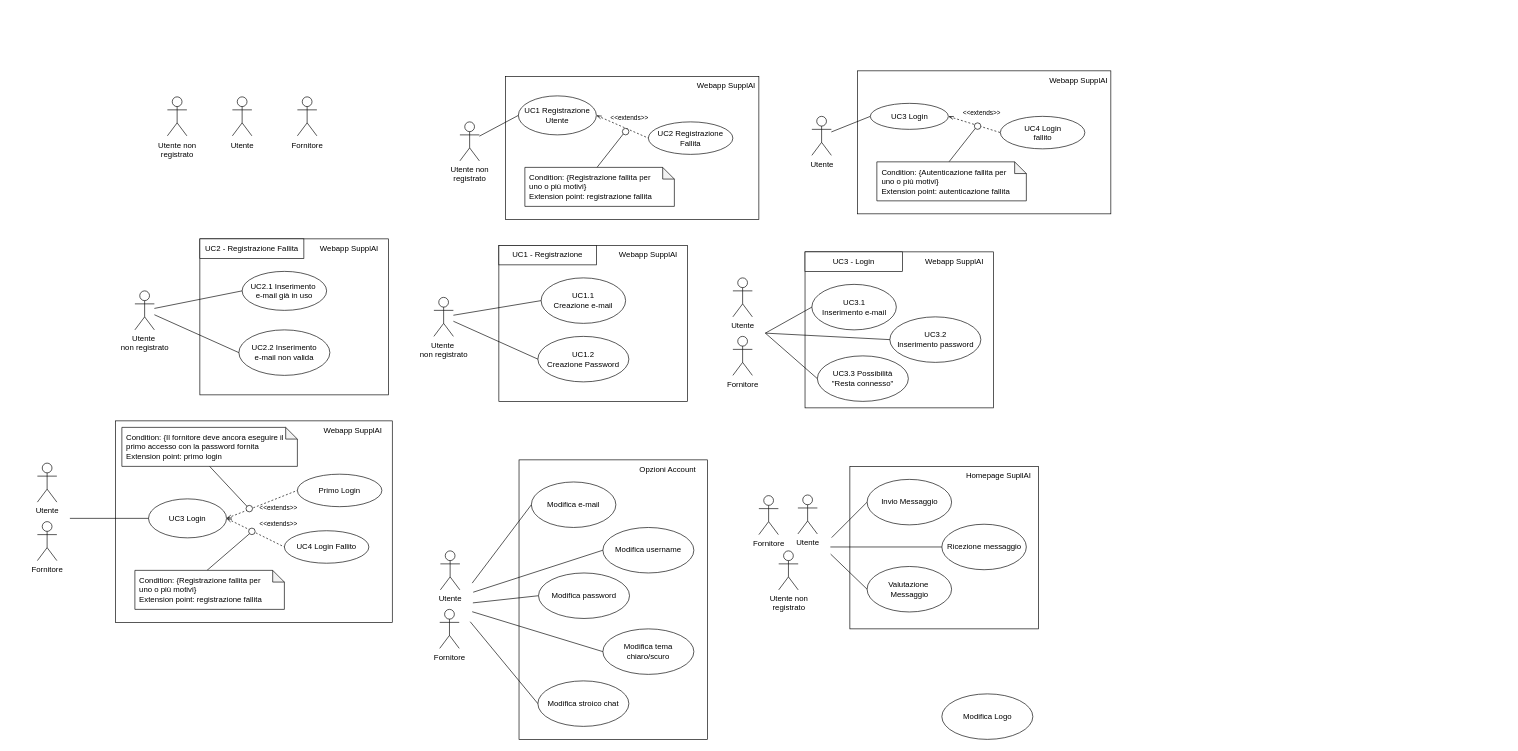
The draw.io diagram 2 - RTB/imgs/UML.drawio in CodeHex16/documentazione, before the edit. Source tidied: cells renumbered, new cells numbered last; positions are measured from the earlier drawing's top-left corner, leaving out a move shared by most shapes. Both pictures are drawn from the tidied source at 65%, with x=0, y=0 at pixel (11, 71).
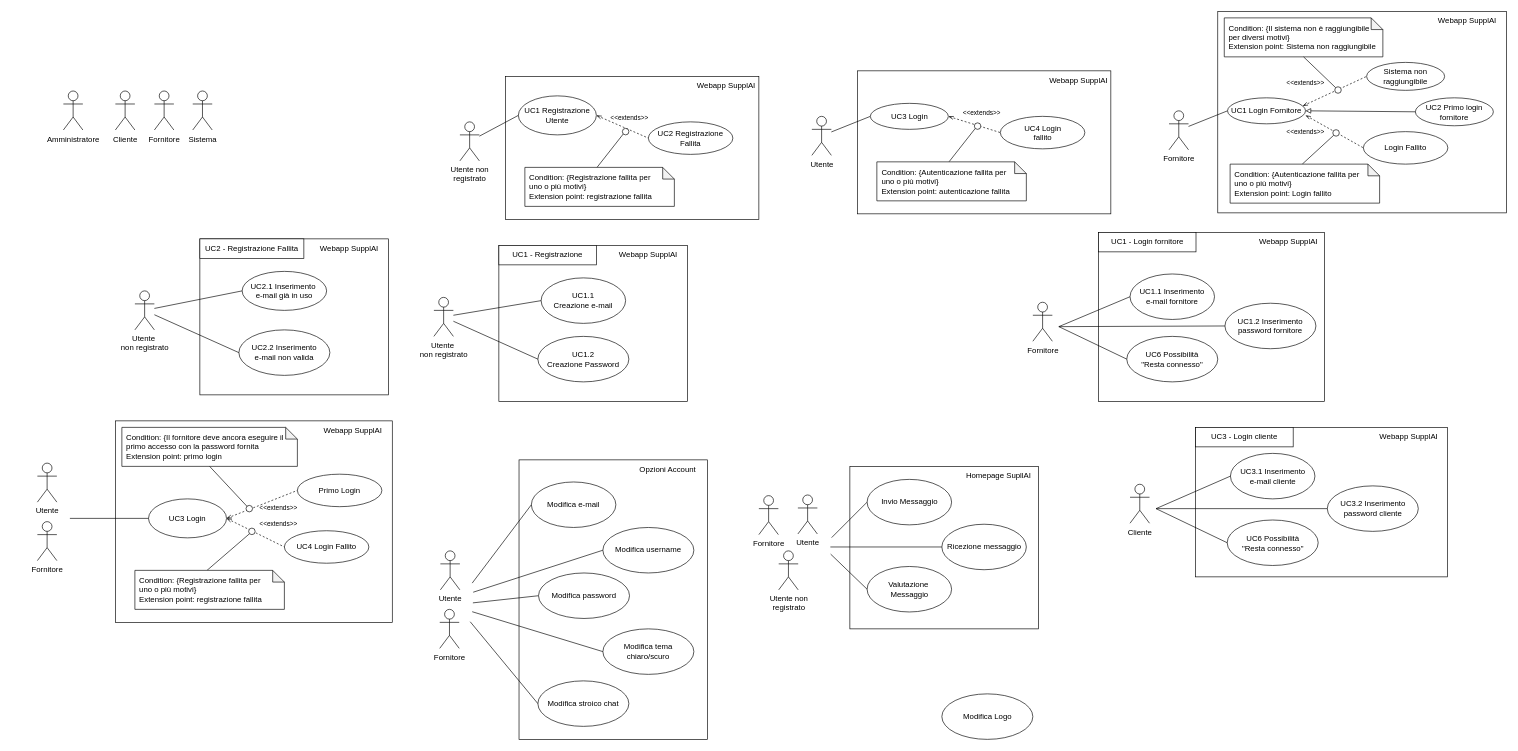
The same page after the edit.

Commit message (it also covers changes not shown here):
Aggiunti use case per l'inserimento di password ed email per fornitore e cliente. Aggiornato file drawio e aggiunti alcuni grafici.

Change to the diagram source:
```diff
@@
+    <mxCell id="113" style="rounded=0;whiteSpace=wrap;html=1;fillColor=none;align=right;" parent="1" vertex="1">
+      <mxGeometry x="1856" y="-92" width="444" height="310" as="geometry" />
+    </mxCell>
@@
-    <mxCell id="4" style="rounded=0;whiteSpace=wrap;html=1;fillColor=none;align=right;strokeColor=none;" parent="1" vertex="1">
-      <mxGeometry x="1090" y="298" width="70" height="210" as="geometry" />
-    </mxCell>
@@
-    <mxCell id="26" style="rounded=0;whiteSpace=wrap;html=1;fillColor=none;align=right;" parent="1" vertex="1">
-      <mxGeometry x="1221" y="278" width="290" height="240" as="geometry" />
-    </mxCell>
-    <mxCell id="27" value="Utente" style="shape=umlActor;verticalLabelPosition=bottom;verticalAlign=top;html=1;" parent="1" vertex="1">
-      <mxGeometry x="1110" y="318" width="30" height="60" as="geometry" />
-    </mxCell>
-    <mxCell id="28" value="&lt;div&gt;UC3.1&lt;/div&gt;&lt;div&gt;Inserimento e-mail&lt;br&gt;&lt;/div&gt;" style="ellipse;whiteSpace=wrap;html=1;" parent="1" vertex="1">
-      <mxGeometry x="1231.5" y="328" width="130" height="70" as="geometry" />
-    </mxCell>
-    <mxCell id="29" style="endArrow=none;html=1;rounded=0;entryX=0;entryY=0.5;entryDx=0;entryDy=0;exitX=1;exitY=0.5;exitDx=0;exitDy=0;" parent="1" edge="1" source="4" target="28">
-      <mxGeometry relative="1" as="geometry" />
-    </mxCell>
-    <mxCell id="30" value="UC3.2&lt;br&gt;Inserimento password" style="ellipse;whiteSpace=wrap;html=1;" parent="1" vertex="1">
-      <mxGeometry x="1351.5" y="378" width="140" height="70" as="geometry" />
-    </mxCell>
-    <mxCell id="31" value="Webapp SupplAI" style="text;html=1;align=center;verticalAlign=middle;whiteSpace=wrap;rounded=0;" parent="1" vertex="1">
-      <mxGeometry x="1391" y="278" width="120" height="30" as="geometry" />
-    </mxCell>
-    <mxCell id="32" style="rounded=0;whiteSpace=wrap;html=1;fillColor=none;strokeColor=none;" parent="1" vertex="1">
-      <mxGeometry x="1120" y="337" width="10" height="45" as="geometry" />
-    </mxCell>
-    <mxCell id="33" value="UC3 - Login" style="rounded=0;whiteSpace=wrap;html=1;" parent="1" vertex="1">
-      <mxGeometry x="1221" y="278" width="150" height="30" as="geometry" />
-    </mxCell>
-    <mxCell id="34" style="endArrow=none;html=1;rounded=0;entryX=0;entryY=0.5;entryDx=0;entryDy=0;exitX=1;exitY=0.5;exitDx=0;exitDy=0;" parent="1" edge="1" source="4" target="30">
-      <mxGeometry relative="1" as="geometry" />
-    </mxCell>
@@
-    <mxCell id="47" value="Utente" style="shape=umlActor;verticalLabelPosition=bottom;verticalAlign=top;html=1;" parent="1" vertex="1">
-      <mxGeometry x="340" y="39.5" width="30" height="60" as="geometry" />
+    <mxCell id="47" value="&lt;div&gt;Cliente&lt;/div&gt;&lt;div&gt;&lt;br&gt;&lt;/div&gt;" style="shape=umlActor;verticalLabelPosition=bottom;verticalAlign=top;html=1;" parent="1" vertex="1">
+      <mxGeometry x="160" y="30.5" width="30" height="60" as="geometry" />
     </mxCell>
     <mxCell id="48" value="Fornitore" style="shape=umlActor;verticalLabelPosition=bottom;verticalAlign=top;html=1;" parent="1" vertex="1">
-      <mxGeometry x="440" y="39.5" width="30" height="60" as="geometry" />
+      <mxGeometry x="220" y="30.5" width="30" height="60" as="geometry" />
     </mxCell>
@@
-    <mxCell id="66" value="Fornitore" style="shape=umlActor;verticalLabelPosition=bottom;verticalAlign=top;html=1;" parent="1" vertex="1">
-      <mxGeometry x="1110" y="408" width="30" height="60" as="geometry" />
-    </mxCell>
@@
-    <mxCell id="73" value="&lt;div&gt;Utente non&lt;/div&gt;&lt;div&gt;registrato&lt;/div&gt;" style="shape=umlActor;verticalLabelPosition=bottom;verticalAlign=top;html=1;" parent="1" vertex="1">
-      <mxGeometry x="240" y="39.5" width="30" height="60" as="geometry" />
+    <mxCell id="73" value="Amministratore" style="shape=umlActor;verticalLabelPosition=bottom;verticalAlign=top;html=1;" parent="1" vertex="1">
+      <mxGeometry x="80" y="30.5" width="30" height="60" as="geometry" />
     </mxCell>
     <mxCell id="74" style="rounded=0;whiteSpace=wrap;html=1;fillColor=none;strokeColor=none;" parent="1" vertex="1">
-      <mxGeometry x="510" y="54.5" width="10" height="45" as="geometry" />
+      <mxGeometry x="351" y="38" width="10" height="45" as="geometry" />
     </mxCell>
     <mxCell id="75" style="rounded=0;whiteSpace=wrap;html=1;fillColor=none;strokeColor=none;" parent="1" vertex="1">
-      <mxGeometry x="190" y="54.5" width="10" height="45" as="geometry" />
+      <mxGeometry x="20" y="42" width="10" height="45" as="geometry" />
     </mxCell>
@@
-    <mxCell id="106" value="&lt;div&gt;UC3.3 Possibilità&lt;/div&gt;&lt;div&gt;&quot;Resta connesso&quot;&lt;br&gt;&lt;/div&gt;" style="ellipse;whiteSpace=wrap;html=1;" parent="1" vertex="1">
-      <mxGeometry x="1240" y="438" width="140" height="70" as="geometry" />
-    </mxCell>
-    <mxCell id="107" style="endArrow=none;html=1;rounded=0;entryX=0;entryY=0.5;entryDx=0;entryDy=0;exitX=1;exitY=0.5;exitDx=0;exitDy=0;" parent="1" edge="1" source="4" target="106">
-      <mxGeometry relative="1" as="geometry" />
-    </mxCell>
@@
+    <mxCell id="114" value="Sistema" style="shape=umlActor;verticalLabelPosition=bottom;verticalAlign=top;html=1;" parent="1" vertex="1">
+      <mxGeometry x="279" y="30.5" width="30" height="60" as="geometry" />
+    </mxCell>
+    <mxCell id="115" style="rounded=0;jettySize=auto;html=1;exitX=1;exitY=0.673;exitDx=0;exitDy=0;entryX=0;entryY=0.5;entryDx=0;entryDy=0;endArrow=none;endFill=0;dashed=1;startArrow=openThin;startFill=0;exitPerimeter=0;" parent="1" edge="1" source="119" target="120">
+      <mxGeometry relative="1" as="geometry" />
+    </mxCell>
+    <mxCell id="116" style="endArrow=none;html=1;rounded=0;entryX=0;entryY=0.5;entryDx=0;entryDy=0;" parent="1" edge="1" source="118" target="119">
+      <mxGeometry relative="1" as="geometry" />
+    </mxCell>
+    <mxCell id="117" style="endArrow=none;html=1;rounded=0;exitX=0;exitY=0;exitDx=111;exitDy=0;exitPerimeter=0;entryX=0;entryY=1;entryDx=0;entryDy=0;" parent="1" edge="1" source="122" target="124">
+      <mxGeometry relative="1" as="geometry" />
+    </mxCell>
+    <mxCell id="118" value="Fornitore" style="shape=umlActor;verticalLabelPosition=bottom;verticalAlign=top;html=1;outlineConnect=0;" parent="1" vertex="1">
+      <mxGeometry x="1781" y="61" width="30" height="60" as="geometry" />
+    </mxCell>
+    <mxCell id="119" value="UC1 Login Fornitore" style="ellipse;whiteSpace=wrap;html=1;" parent="1" vertex="1">
+      <mxGeometry x="1871" y="41" width="120" height="40" as="geometry" />
+    </mxCell>
+    <mxCell id="120" value="Login Fallito" style="ellipse;whiteSpace=wrap;html=1;" parent="1" vertex="1">
+      <mxGeometry x="2080" y="93" width="130" height="50" as="geometry" />
+    </mxCell>
+    <mxCell id="121" value="&lt;font style=&quot;font-size: 10px;&quot;&gt;&amp;lt;&amp;lt;extends&amp;gt;&amp;gt;&lt;/font&gt;" style="text;html=1;whiteSpace=wrap;overflow=hidden;rounded=0;" parent="1" vertex="1">
+      <mxGeometry x="1960" y="78.5" width="80" height="30" as="geometry" />
+    </mxCell>
+    <mxCell id="122" value="&lt;div align=&quot;left&quot; style=&quot;padding-left: 5px;&quot;&gt;Condition: {Autenticazione fallita per&amp;nbsp;&lt;/div&gt;&lt;div align=&quot;left&quot; style=&quot;padding-left: 5px;&quot;&gt;uno o più motivi}&lt;/div&gt;&lt;div align=&quot;left&quot; style=&quot;padding-left: 5px;&quot;&gt;Extension point: Login fallito&lt;br&gt;&lt;/div&gt;" style="shape=note;whiteSpace=wrap;html=1;backgroundOutline=1;darkOpacity=0.05;size=18;align=left;" parent="1" vertex="1">
+      <mxGeometry x="1875" y="143" width="230" height="60" as="geometry" />
+    </mxCell>
+    <mxCell id="123" value="Webapp SupplAI" style="text;html=1;align=center;verticalAlign=middle;whiteSpace=wrap;rounded=0;" parent="1" vertex="1">
+      <mxGeometry x="2180" y="-92" width="120" height="30" as="geometry" />
+    </mxCell>
+    <mxCell id="124" style="ellipse;whiteSpace=wrap;html=1;" parent="1" vertex="1">
+      <mxGeometry x="2033" y="90" width="10" height="10" as="geometry" />
+    </mxCell>
+    <mxCell id="125" style="rounded=0;whiteSpace=wrap;html=1;fillColor=none;strokeColor=none;" parent="1" vertex="1">
+      <mxGeometry x="1750" y="70" width="10" height="45" as="geometry" />
+    </mxCell>
+    <mxCell id="126" value="UC2 Primo login fornitore" style="ellipse;whiteSpace=wrap;html=1;" parent="1" vertex="1">
+      <mxGeometry x="2160" y="41" width="120" height="43" as="geometry" />
+    </mxCell>
+    <mxCell id="127" style="rounded=0;jettySize=auto;html=1;exitX=1;exitY=0.5;exitDx=0;exitDy=0;entryX=0;entryY=0.5;entryDx=0;entryDy=0;endArrow=none;endFill=0;startArrow=block;startFill=0;" parent="1" edge="1" source="119" target="126">
+      <mxGeometry relative="1" as="geometry" />
+    </mxCell>
+    <mxCell id="128" style="rounded=0;whiteSpace=wrap;html=1;fillColor=none;align=right;" parent="1" vertex="1">
+      <mxGeometry x="1672.5" y="248" width="347.5" height="260" as="geometry" />
+    </mxCell>
+    <mxCell id="129" value="&lt;div&gt;UC1.1 Inserimento&lt;/div&gt;&lt;div&gt;e-mail fornitore&lt;br&gt;&lt;/div&gt;" style="ellipse;whiteSpace=wrap;html=1;" parent="1" vertex="1">
+      <mxGeometry x="1721" y="312" width="130" height="70" as="geometry" />
+    </mxCell>
+    <mxCell id="130" style="endArrow=none;html=1;rounded=0;entryX=0;entryY=0.5;entryDx=0;entryDy=0;exitX=1;exitY=0.5;exitDx=0;exitDy=0;" parent="1" edge="1" target="129">
+      <mxGeometry relative="1" as="geometry">
+        <mxPoint x="1611.5" y="393" as="sourcePoint" />
+      </mxGeometry>
+    </mxCell>
+    <mxCell id="131" value="&lt;div&gt;UC1.2 Inserimento&lt;/div&gt;&lt;div&gt;password fornitore&lt;br&gt;&lt;/div&gt;" style="ellipse;whiteSpace=wrap;html=1;" parent="1" vertex="1">
+      <mxGeometry x="1867" y="357" width="140" height="70" as="geometry" />
+    </mxCell>
+    <mxCell id="132" value="Webapp SupplAI" style="text;html=1;align=center;verticalAlign=middle;whiteSpace=wrap;rounded=0;" parent="1" vertex="1">
+      <mxGeometry x="1904.5" y="248" width="120" height="30" as="geometry" />
+    </mxCell>
+    <mxCell id="133" value="UC1 - Login fornitore" style="rounded=0;whiteSpace=wrap;html=1;" parent="1" vertex="1">
+      <mxGeometry x="1672.5" y="248" width="150" height="30" as="geometry" />
+    </mxCell>
+    <mxCell id="134" style="endArrow=none;html=1;rounded=0;entryX=0;entryY=0.5;entryDx=0;entryDy=0;exitX=1;exitY=0.5;exitDx=0;exitDy=0;" parent="1" edge="1" target="131">
+      <mxGeometry relative="1" as="geometry">
+        <mxPoint x="1611.5" y="393" as="sourcePoint" />
+      </mxGeometry>
+    </mxCell>
+    <mxCell id="135" value="Fornitore" style="shape=umlActor;verticalLabelPosition=bottom;verticalAlign=top;html=1;" parent="1" vertex="1">
+      <mxGeometry x="1571.5" y="355.5" width="30" height="60" as="geometry" />
+    </mxCell>
+    <mxCell id="136" value="&lt;div&gt;UC6 Possibilità&lt;/div&gt;&lt;div&gt;&quot;Resta connesso&quot;&lt;br&gt;&lt;/div&gt;" style="ellipse;whiteSpace=wrap;html=1;" parent="1" vertex="1">
+      <mxGeometry x="1716" y="408" width="140" height="70" as="geometry" />
+    </mxCell>
+    <mxCell id="137" style="endArrow=none;html=1;rounded=0;entryX=0;entryY=0.5;entryDx=0;entryDy=0;exitX=1;exitY=0.5;exitDx=0;exitDy=0;" parent="1" edge="1" target="136">
+      <mxGeometry relative="1" as="geometry">
+        <mxPoint x="1611.5" y="393" as="sourcePoint" />
+      </mxGeometry>
+    </mxCell>
+    <mxCell id="138" style="rounded=0;jettySize=auto;html=1;entryX=0;entryY=0.5;entryDx=0;entryDy=0;endArrow=none;endFill=0;dashed=1;startArrow=openThin;startFill=0;exitX=0.963;exitY=0.313;exitDx=0;exitDy=0;exitPerimeter=0;" parent="1" edge="1" source="119" target="139">
+      <mxGeometry relative="1" as="geometry" />
+    </mxCell>
+    <mxCell id="139" value="Sistema non raggiungibile" style="ellipse;whiteSpace=wrap;html=1;" parent="1" vertex="1">
+      <mxGeometry x="2085" y="-13.5" width="120" height="43" as="geometry" />
+    </mxCell>
+    <mxCell id="140" value="&lt;div align=&quot;left&quot; style=&quot;padding-left: 5px;&quot;&gt;Condition: {Il sistema non è raggiungibile&lt;/div&gt;&lt;div align=&quot;left&quot; style=&quot;padding-left: 5px;&quot;&gt;per diversi motivi}&lt;/div&gt;&lt;div align=&quot;left&quot; style=&quot;padding-left: 5px;&quot;&gt;Extension point: Sistema non raggiungibile&lt;br&gt;&lt;/div&gt;" style="shape=note;whiteSpace=wrap;html=1;backgroundOutline=1;darkOpacity=0.05;size=18;align=left;" parent="1" vertex="1">
+      <mxGeometry x="1866" y="-82" width="244" height="60" as="geometry" />
+    </mxCell>
+    <mxCell id="141" style="endArrow=none;html=1;rounded=0;exitX=0.5;exitY=1;exitDx=0;exitDy=0;exitPerimeter=0;endFill=0;entryX=0;entryY=0;entryDx=0;entryDy=0;" parent="1" edge="1" source="140" target="142">
+      <mxGeometry relative="1" as="geometry" />
+    </mxCell>
+    <mxCell id="142" style="ellipse;whiteSpace=wrap;html=1;" parent="1" vertex="1">
+      <mxGeometry x="2036" y="24" width="10" height="10" as="geometry" />
+    </mxCell>
+    <mxCell id="143" value="&lt;font style=&quot;font-size: 10px;&quot;&gt;&amp;lt;&amp;lt;extends&amp;gt;&amp;gt;&lt;/font&gt;" style="text;html=1;whiteSpace=wrap;overflow=hidden;rounded=0;" parent="1" vertex="1">
+      <mxGeometry x="1960" y="4" width="80" height="30" as="geometry" />
+    </mxCell>
+    <mxCell id="144" style="rounded=0;whiteSpace=wrap;html=1;fillColor=none;align=right;" parent="1" vertex="1">
+      <mxGeometry x="1822" y="548" width="387.5" height="230" as="geometry" />
+    </mxCell>
+    <mxCell id="145" value="&lt;div&gt;UC3.1 Inserimento&lt;/div&gt;&lt;div&gt;e-mail cliente&lt;br&gt;&lt;/div&gt;" style="ellipse;whiteSpace=wrap;html=1;" parent="1" vertex="1">
+      <mxGeometry x="1875.5" y="588" width="130" height="70" as="geometry" />
+    </mxCell>
+    <mxCell id="146" style="endArrow=none;html=1;rounded=0;entryX=0;entryY=0.5;entryDx=0;entryDy=0;exitX=1;exitY=0.5;exitDx=0;exitDy=0;" parent="1" edge="1" target="145">
+      <mxGeometry relative="1" as="geometry">
+        <mxPoint x="1761" y="673" as="sourcePoint" />
+      </mxGeometry>
+    </mxCell>
+    <mxCell id="147" value="&lt;div&gt;UC3.2 Inserimento&lt;/div&gt;&lt;div&gt;password cliente&lt;br&gt;&lt;/div&gt;" style="ellipse;whiteSpace=wrap;html=1;" parent="1" vertex="1">
+      <mxGeometry x="2024.5" y="638" width="140" height="70" as="geometry" />
+    </mxCell>
+    <mxCell id="148" value="Webapp SupplAI" style="text;html=1;align=center;verticalAlign=middle;whiteSpace=wrap;rounded=0;" parent="1" vertex="1">
+      <mxGeometry x="2089.5" y="548" width="120" height="30" as="geometry" />
+    </mxCell>
+    <mxCell id="149" value="UC3 - Login cliente" style="rounded=0;whiteSpace=wrap;html=1;" parent="1" vertex="1">
+      <mxGeometry x="1822" y="548" width="150" height="30" as="geometry" />
+    </mxCell>
+    <mxCell id="150" style="endArrow=none;html=1;rounded=0;entryX=0;entryY=0.5;entryDx=0;entryDy=0;exitX=1;exitY=0.5;exitDx=0;exitDy=0;" parent="1" edge="1" target="147">
+      <mxGeometry relative="1" as="geometry">
+        <mxPoint x="1761" y="673" as="sourcePoint" />
+      </mxGeometry>
+    </mxCell>
+    <mxCell id="151" value="Cliente" style="shape=umlActor;verticalLabelPosition=bottom;verticalAlign=top;html=1;" parent="1" vertex="1">
+      <mxGeometry x="1721" y="635.5" width="30" height="60" as="geometry" />
+    </mxCell>
+    <mxCell id="152" value="&lt;div&gt;UC6 Possibilità&lt;/div&gt;&lt;div&gt;&quot;Resta connesso&quot;&lt;br&gt;&lt;/div&gt;" style="ellipse;whiteSpace=wrap;html=1;" parent="1" vertex="1">
+      <mxGeometry x="1870.5" y="690.5" width="140" height="70" as="geometry" />
+    </mxCell>
+    <mxCell id="153" style="endArrow=none;html=1;rounded=0;entryX=0;entryY=0.5;entryDx=0;entryDy=0;exitX=1;exitY=0.5;exitDx=0;exitDy=0;" parent="1" edge="1" target="152">
+      <mxGeometry relative="1" as="geometry">
+        <mxPoint x="1761" y="673" as="sourcePoint" />
+      </mxGeometry>
+    </mxCell>
```
